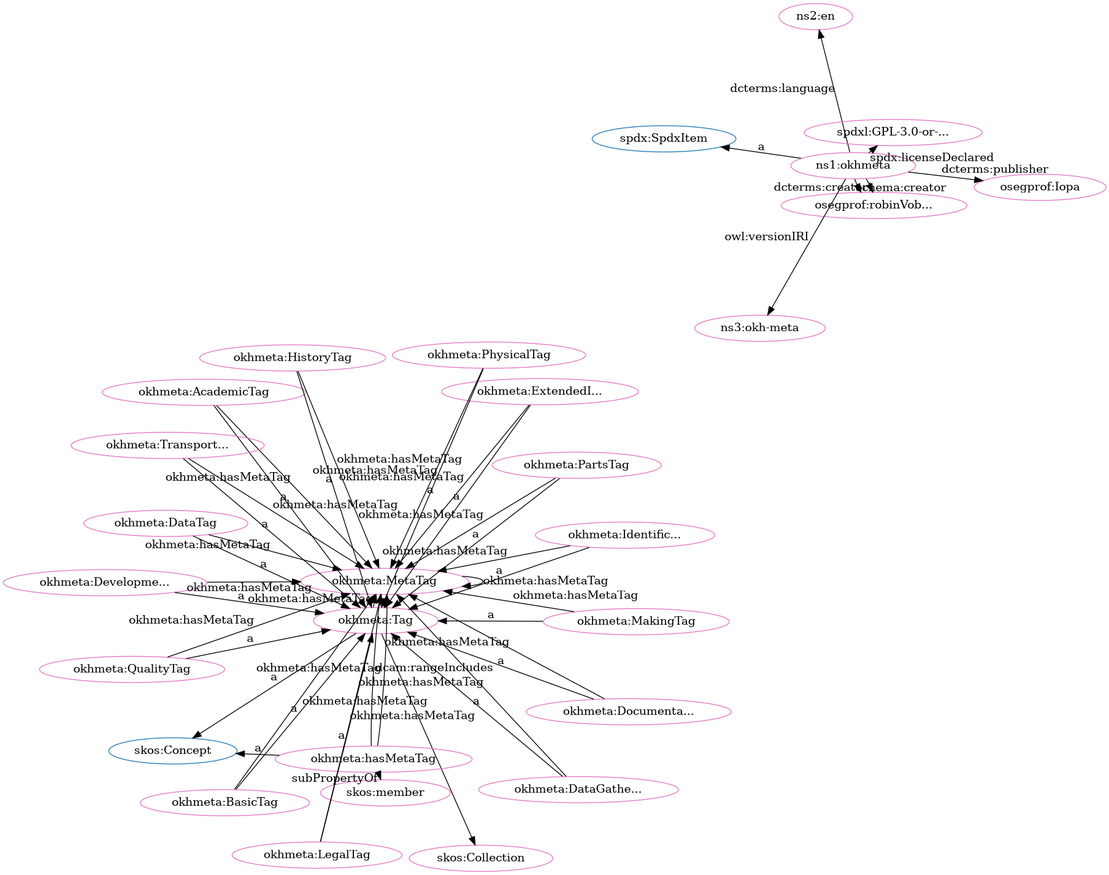
Earlier version of the Graphviz export src/spec/fdp_okh-meta-clean.png (iop-alliance/OpenKnowHow). Its source is kept beside it as src/spec/fdp_okh-meta-clean.dot.
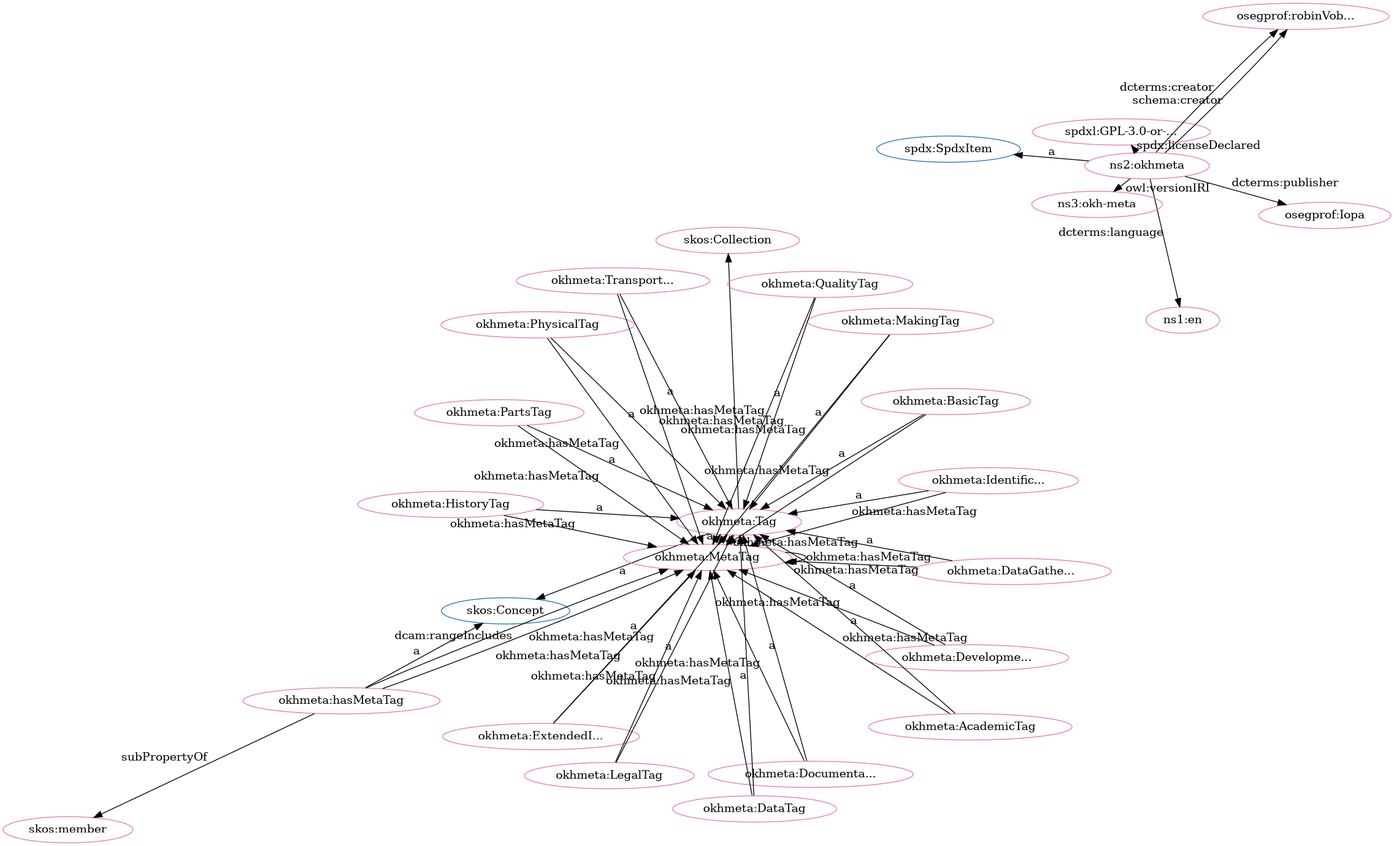
The same file after the commit.

Change to the diagram source:
```diff
@@ -1,80 +1,80 @@
 digraph G {
   rankdir=BT
   node[height=.3]
+"http://www.w3.org/2004/02/skos/core#Concept" [fillcolor="#1f77b4" color="#1f77b4" label="skos:Concept"]
+"http://spdx.org/rdf/terms#SpdxItem" [fillcolor="#1f77b4" color="#1f77b4" label="spdx:SpdxItem"]
+"http://w3id.org/oseg/ont/okhmeta#Tag" [fillcolor="#1f77b4" color="#1f77b4" label="okhmeta:Tag"]
 "http://www.w3.org/2004/02/skos/core#Collection" [fillcolor="#1f77b4" color="#1f77b4" label="skos:Collection"]
-"http://w3id.org/oseg/ont/okhmeta#Tag" [fillcolor="#1f77b4" color="#1f77b4" label="okhmeta:Tag"]
-"http://spdx.org/rdf/terms#SpdxItem" [fillcolor="#1f77b4" color="#1f77b4" label="spdx:SpdxItem"]
-"http://www.w3.org/2004/02/skos/core#Concept" [fillcolor="#1f77b4" color="#1f77b4" label="skos:Concept"]
+"http://w3id.org/oseg/ont/okhmeta#IdentificationTag" [fillcolor="#e377c2" color="#e377c2" label="okhmeta:Identific..."]
+"http://w3id.org/oseg/ont/okhmeta#MetaTag" [fillcolor="#e377c2" color="#e377c2" label="okhmeta:MetaTag"]
+"http://w3id.org/oseg/ont/okhmeta#PhysicalTag" [fillcolor="#e377c2" color="#e377c2" label="okhmeta:PhysicalTag"]
+"http://w3id.org/oseg/ont/okhmeta#hasMetaTag" [fillcolor="#e377c2" color="#e377c2" label="okhmeta:hasMetaTag"]
+"http://w3id.org/oseg/ont/okhmeta#Tag" [fillcolor="#e377c2" color="#e377c2" label="okhmeta:Tag"]
+"http://w3id.org/oseg/ont/okhmeta#DocumentationTag" [fillcolor="#e377c2" color="#e377c2" label="okhmeta:Documenta..."]
+"http://w3id.org/oseg/ont/okhmeta#DevelopmentTag" [fillcolor="#e377c2" color="#e377c2" label="okhmeta:Developme..."]
+"http://www.w3.org/2004/02/skos/core#Collection" [fillcolor="#e377c2" color="#e377c2" label="skos:Collection"]
+"http://w3id.org/oseg/ont/okhmeta#AcademicTag" [fillcolor="#e377c2" color="#e377c2" label="okhmeta:AcademicTag"]
+"http://w3id.org/oseg/ont/okhmeta#DataGatheringTag" [fillcolor="#e377c2" color="#e377c2" label="okhmeta:DataGathe..."]
+"http://id.loc.gov/vocabulary/iso639-1/en" [fillcolor="#e377c2" color="#e377c2" label="ns1:en"]
+"http://w3id.org/oseg/ont/okhmeta#PartsTag" [fillcolor="#e377c2" color="#e377c2" label="okhmeta:PartsTag"]
+"http://w3id.org/oseg/ont/okhmeta" [fillcolor="#e377c2" color="#e377c2" label="ns2:okhmeta"]
+"http://w3id.org/oseg/ont/okhmeta#MakingTag" [fillcolor="#e377c2" color="#e377c2" label="okhmeta:MakingTag"]
+"http://spdx.org/licenses/GPL-3.0-or-later" [fillcolor="#e377c2" color="#e377c2" label="spdxl:GPL-3.0-or-..."]
+"http://w3id.org/oseg/ont/okhmeta#BasicTag" [fillcolor="#e377c2" color="#e377c2" label="okhmeta:BasicTag"]
+"http://w3id.org/oseg/ont/okhmeta#QualityTag" [fillcolor="#e377c2" color="#e377c2" label="okhmeta:QualityTag"]
+"http://w3id.org/oseg/ont/okhmeta#ExtendedInfoTag" [fillcolor="#e377c2" color="#e377c2" label="okhmeta:ExtendedI..."]
 "http://w3id.org/oseg/ont/okhmeta#DataTag" [fillcolor="#e377c2" color="#e377c2" label="okhmeta:DataTag"]
-"http://w3id.org/oseg/ont/okhmeta#PartsTag" [fillcolor="#e377c2" color="#e377c2" label="okhmeta:PartsTag"]
+"http://w3id.org/oseg/ont/oseg-profiles#Iopa" [fillcolor="#e377c2" color="#e377c2" label="osegprof:Iopa"]
+"http://w3id.org/oseg/ont/okhmeta#HistoryTag" [fillcolor="#e377c2" color="#e377c2" label="okhmeta:HistoryTag"]
+"http://w3id.org/oseg/ont/okhmeta#LegalTag" [fillcolor="#e377c2" color="#e377c2" label="okhmeta:LegalTag"]
+"http://w3id.org/oseg/ont/okhmeta#TransportationTag" [fillcolor="#e377c2" color="#e377c2" label="okhmeta:Transport..."]
 "http://w3id.org/oseg/ont/oseg-profiles#robinVobruba" [fillcolor="#e377c2" color="#e377c2" label="osegprof:robinVob..."]
-"http://w3id.org/oseg/ont/okhmeta#AcademicTag" [fillcolor="#e377c2" color="#e377c2" label="okhmeta:AcademicTag"]
-"http://w3id.org/oseg/ont/okhmeta#MakingTag" [fillcolor="#e377c2" color="#e377c2" label="okhmeta:MakingTag"]
-"http://w3id.org/oseg/ont/okhmeta" [fillcolor="#e377c2" color="#e377c2" label="ns1:okhmeta"]
-"http://w3id.org/oseg/ont/okhmeta#ExtendedInfoTag" [fillcolor="#e377c2" color="#e377c2" label="okhmeta:ExtendedI..."]
-"http://w3id.org/oseg/ont/okhmeta#Tag" [fillcolor="#e377c2" color="#e377c2" label="okhmeta:Tag"]
-"http://w3id.org/oseg/ont/okhmeta#MetaTag" [fillcolor="#e377c2" color="#e377c2" label="okhmeta:MetaTag"]
-"http://id.loc.gov/vocabulary/iso639-1/en" [fillcolor="#e377c2" color="#e377c2" label="ns2:en"]
-"http://w3id.org/oseg/ont/okhmeta#DataGatheringTag" [fillcolor="#e377c2" color="#e377c2" label="okhmeta:DataGathe..."]
-"http://w3id.org/oseg/ont/okhmeta#hasMetaTag" [fillcolor="#e377c2" color="#e377c2" label="okhmeta:hasMetaTag"]
-"http://w3id.org/oseg/ont/okhmeta#LegalTag" [fillcolor="#e377c2" color="#e377c2" label="okhmeta:LegalTag"]
-"http://w3id.org/oseg/ont/okhmeta#DocumentationTag" [fillcolor="#e377c2" color="#e377c2" label="okhmeta:Documenta..."]
-"http://w3id.org/oseg/ont/okhmeta#IdentificationTag" [fillcolor="#e377c2" color="#e377c2" label="okhmeta:Identific..."]
-"http://w3id.org/oseg/ont/oseg-profiles#Iopa" [fillcolor="#e377c2" color="#e377c2" label="osegprof:Iopa"]
-"http://www.w3.org/2004/02/skos/core#Collection" [fillcolor="#e377c2" color="#e377c2" label="skos:Collection"]
-"http://w3id.org/oseg/ont/okhmeta#DevelopmentTag" [fillcolor="#e377c2" color="#e377c2" label="okhmeta:Developme..."]
-"http://w3id.org/oseg/ont/okhmeta#HistoryTag" [fillcolor="#e377c2" color="#e377c2" label="okhmeta:HistoryTag"]
 "http://www.w3.org/2004/02/skos/core#member" [fillcolor="#e377c2" color="#e377c2" label="skos:member"]
-"http://spdx.org/licenses/GPL-3.0-or-later" [fillcolor="#e377c2" color="#e377c2" label="spdxl:GPL-3.0-or-..."]
 "http://w3id.org/oseg/ont/1.1.0/okh-meta" [fillcolor="#e377c2" color="#e377c2" label="ns3:okh-meta"]
-"http://w3id.org/oseg/ont/okhmeta#PhysicalTag" [fillcolor="#e377c2" color="#e377c2" label="okhmeta:PhysicalTag"]
-"http://w3id.org/oseg/ont/okhmeta#BasicTag" [fillcolor="#e377c2" color="#e377c2" label="okhmeta:BasicTag"]
-"http://w3id.org/oseg/ont/okhmeta#TransportationTag" [fillcolor="#e377c2" color="#e377c2" label="okhmeta:Transport..."]
-"http://w3id.org/oseg/ont/okhmeta#QualityTag" [fillcolor="#e377c2" color="#e377c2" label="okhmeta:QualityTag"]
+  "http://w3id.org/oseg/ont/okhmeta#IdentificationTag" -> "http://w3id.org/oseg/ont/okhmeta#Tag" [label="a"]
+  "http://w3id.org/oseg/ont/okhmeta#MetaTag" -> "http://w3id.org/oseg/ont/okhmeta#Tag" [label="a"]
+  "http://w3id.org/oseg/ont/okhmeta#TransportationTag" -> "http://w3id.org/oseg/ont/okhmeta#MetaTag" [label="okhmeta:hasMetaTag"]
+  "http://w3id.org/oseg/ont/okhmeta#hasMetaTag" -> "http://w3id.org/oseg/ont/okhmeta#MetaTag" [label="dcam:rangeIncludes"]
+  "http://w3id.org/oseg/ont/okhmeta#DocumentationTag" -> "http://w3id.org/oseg/ont/okhmeta#Tag" [label="a"]
+  "http://w3id.org/oseg/ont/okhmeta#LegalTag" -> "http://w3id.org/oseg/ont/okhmeta#MetaTag" [label="okhmeta:hasMetaTag"]
+  "http://w3id.org/oseg/ont/okhmeta" -> "http://id.loc.gov/vocabulary/iso639-1/en" [label="dcterms:language"]
+  "http://w3id.org/oseg/ont/okhmeta#PartsTag" -> "http://w3id.org/oseg/ont/okhmeta#MetaTag" [label="okhmeta:hasMetaTag"]
+  "http://w3id.org/oseg/ont/okhmeta#DataTag" -> "http://w3id.org/oseg/ont/okhmeta#MetaTag" [label="okhmeta:hasMetaTag"]
+  "http://w3id.org/oseg/ont/okhmeta#IdentificationTag" -> "http://w3id.org/oseg/ont/okhmeta#MetaTag" [label="okhmeta:hasMetaTag"]
+  "http://w3id.org/oseg/ont/okhmeta" -> "http://spdx.org/licenses/GPL-3.0-or-later" [label="spdx:licenseDeclared"]
+  "http://w3id.org/oseg/ont/okhmeta#DocumentationTag" -> "http://w3id.org/oseg/ont/okhmeta#MetaTag" [label="okhmeta:hasMetaTag"]
+  "http://w3id.org/oseg/ont/okhmeta#QualityTag" -> "http://w3id.org/oseg/ont/okhmeta#Tag" [label="a"]
+  "http://w3id.org/oseg/ont/okhmeta#ExtendedInfoTag" -> "http://w3id.org/oseg/ont/okhmeta#Tag" [label="a"]
+  "http://w3id.org/oseg/ont/okhmeta#DataTag" -> "http://w3id.org/oseg/ont/okhmeta#Tag" [label="a"]
+  "http://w3id.org/oseg/ont/okhmeta" -> "http://w3id.org/oseg/ont/oseg-profiles#Iopa" [label="dcterms:publisher"]
+  "http://w3id.org/oseg/ont/okhmeta#Tag" -> "http://w3id.org/oseg/ont/okhmeta#MetaTag" [label="okhmeta:hasMetaTag"]
+  "http://w3id.org/oseg/ont/okhmeta#TransportationTag" -> "http://w3id.org/oseg/ont/okhmeta#Tag" [label="a"]
+  "http://w3id.org/oseg/ont/okhmeta" -> "http://spdx.org/rdf/terms#SpdxItem" [label="a"]
+  "http://w3id.org/oseg/ont/okhmeta#QualityTag" -> "http://w3id.org/oseg/ont/okhmeta#MetaTag" [label="okhmeta:hasMetaTag"]
   "http://w3id.org/oseg/ont/okhmeta#AcademicTag" -> "http://w3id.org/oseg/ont/okhmeta#MetaTag" [label="okhmeta:hasMetaTag"]
+  "http://w3id.org/oseg/ont/okhmeta#PhysicalTag" -> "http://w3id.org/oseg/ont/okhmeta#Tag" [label="a"]
+  "http://w3id.org/oseg/ont/okhmeta#ExtendedInfoTag" -> "http://w3id.org/oseg/ont/okhmeta#MetaTag" [label="okhmeta:hasMetaTag"]
+  "http://w3id.org/oseg/ont/okhmeta#hasMetaTag" -> "http://www.w3.org/2004/02/skos/core#Concept" [label="a"]
+  "http://w3id.org/oseg/ont/okhmeta#Tag" -> "http://www.w3.org/2004/02/skos/core#Concept" [label="a"]
+  "http://w3id.org/oseg/ont/okhmeta#DevelopmentTag" -> "http://w3id.org/oseg/ont/okhmeta#Tag" [label="a"]
+  "http://w3id.org/oseg/ont/okhmeta#Tag" -> "http://www.w3.org/2004/02/skos/core#Collection" [label=""]
+  "http://w3id.org/oseg/ont/okhmeta#AcademicTag" -> "http://w3id.org/oseg/ont/okhmeta#Tag" [label="a"]
+  "http://w3id.org/oseg/ont/okhmeta#DataGatheringTag" -> "http://w3id.org/oseg/ont/okhmeta#Tag" [label="a"]
+  "http://w3id.org/oseg/ont/okhmeta#hasMetaTag" -> "http://w3id.org/oseg/ont/okhmeta#MetaTag" [label="okhmeta:hasMetaTag"]
+  "http://w3id.org/oseg/ont/okhmeta#PhysicalTag" -> "http://w3id.org/oseg/ont/okhmeta#MetaTag" [label="okhmeta:hasMetaTag"]
+  "http://w3id.org/oseg/ont/okhmeta#MakingTag" -> "http://w3id.org/oseg/ont/okhmeta#Tag" [label="a"]
+  "http://w3id.org/oseg/ont/okhmeta#DevelopmentTag" -> "http://w3id.org/oseg/ont/okhmeta#MetaTag" [label="okhmeta:hasMetaTag"]
+  "http://w3id.org/oseg/ont/okhmeta#HistoryTag" -> "http://w3id.org/oseg/ont/okhmeta#MetaTag" [label="okhmeta:hasMetaTag"]
+  "http://w3id.org/oseg/ont/okhmeta#BasicTag" -> "http://w3id.org/oseg/ont/okhmeta#Tag" [label="a"]
+  "http://w3id.org/oseg/ont/okhmeta#DataGatheringTag" -> "http://w3id.org/oseg/ont/okhmeta#MetaTag" [label="okhmeta:hasMetaTag"]
+  "http://w3id.org/oseg/ont/okhmeta#HistoryTag" -> "http://w3id.org/oseg/ont/okhmeta#Tag" [label="a"]
+  "http://w3id.org/oseg/ont/okhmeta#LegalTag" -> "http://w3id.org/oseg/ont/okhmeta#Tag" [label="a"]
   "http://w3id.org/oseg/ont/okhmeta#MakingTag" -> "http://w3id.org/oseg/ont/okhmeta#MetaTag" [label="okhmeta:hasMetaTag"]
-  "http://w3id.org/oseg/ont/okhmeta#ExtendedInfoTag" -> "http://w3id.org/oseg/ont/okhmeta#MetaTag" [label="okhmeta:hasMetaTag"]
-  "http://w3id.org/oseg/ont/okhmeta#DataTag" -> "http://w3id.org/oseg/ont/okhmeta#MetaTag" [label="okhmeta:hasMetaTag"]
-  "http://w3id.org/oseg/ont/okhmeta#DataGatheringTag" -> "http://w3id.org/oseg/ont/okhmeta#Tag" [label="a"]
+  "http://w3id.org/oseg/ont/okhmeta" -> "http://w3id.org/oseg/ont/oseg-profiles#robinVobruba" [label="dcterms:creator"]
   "http://w3id.org/oseg/ont/okhmeta#MetaTag" -> "http://w3id.org/oseg/ont/okhmeta#MetaTag" [label="okhmeta:hasMetaTag"]
-  "http://w3id.org/oseg/ont/okhmeta#DevelopmentTag" -> "http://w3id.org/oseg/ont/okhmeta#MetaTag" [label="okhmeta:hasMetaTag"]
-  "http://w3id.org/oseg/ont/okhmeta#hasMetaTag" -> "http://www.w3.org/2004/02/skos/core#Concept" [label="a"]
-  "http://w3id.org/oseg/ont/okhmeta#LegalTag" -> "http://w3id.org/oseg/ont/okhmeta#Tag" [label="a"]
-  "http://w3id.org/oseg/ont/okhmeta#DataGatheringTag" -> "http://w3id.org/oseg/ont/okhmeta#MetaTag" [label="okhmeta:hasMetaTag"]
-  "http://w3id.org/oseg/ont/okhmeta#IdentificationTag" -> "http://w3id.org/oseg/ont/okhmeta#Tag" [label="a"]
-  "http://w3id.org/oseg/ont/okhmeta#PartsTag" -> "http://w3id.org/oseg/ont/okhmeta#MetaTag" [label="okhmeta:hasMetaTag"]
-  "http://w3id.org/oseg/ont/okhmeta#hasMetaTag" -> "http://w3id.org/oseg/ont/okhmeta#MetaTag" [label="dcam:rangeIncludes"]
-  "http://w3id.org/oseg/ont/okhmeta#DevelopmentTag" -> "http://w3id.org/oseg/ont/okhmeta#Tag" [label="a"]
-  "http://w3id.org/oseg/ont/okhmeta#HistoryTag" -> "http://w3id.org/oseg/ont/okhmeta#Tag" [label="a"]
-  "http://w3id.org/oseg/ont/okhmeta" -> "http://spdx.org/licenses/GPL-3.0-or-later" [label="spdx:licenseDeclared"]
-  "http://w3id.org/oseg/ont/okhmeta#IdentificationTag" -> "http://w3id.org/oseg/ont/okhmeta#MetaTag" [label="okhmeta:hasMetaTag"]
-  "http://w3id.org/oseg/ont/okhmeta#PhysicalTag" -> "http://w3id.org/oseg/ont/okhmeta#Tag" [label="a"]
-  "http://w3id.org/oseg/ont/okhmeta#BasicTag" -> "http://w3id.org/oseg/ont/okhmeta#Tag" [label="a"]
-  "http://w3id.org/oseg/ont/okhmeta#TransportationTag" -> "http://w3id.org/oseg/ont/okhmeta#Tag" [label="a"]
-  "http://w3id.org/oseg/ont/okhmeta#QualityTag" -> "http://w3id.org/oseg/ont/okhmeta#MetaTag" [label="okhmeta:hasMetaTag"]
-  "http://w3id.org/oseg/ont/okhmeta#DataTag" -> "http://w3id.org/oseg/ont/okhmeta#Tag" [label="a"]
+  "http://w3id.org/oseg/ont/okhmeta" -> "http://w3id.org/oseg/ont/oseg-profiles#robinVobruba" [label="schema:creator"]
+  "http://w3id.org/oseg/ont/okhmeta#hasMetaTag" -> "http://www.w3.org/2004/02/skos/core#member" [label="subPropertyOf"]
+  "http://w3id.org/oseg/ont/okhmeta#BasicTag" -> "http://w3id.org/oseg/ont/okhmeta#MetaTag" [label="okhmeta:hasMetaTag"]
   "http://w3id.org/oseg/ont/okhmeta#PartsTag" -> "http://w3id.org/oseg/ont/okhmeta#Tag" [label="a"]
-  "http://w3id.org/oseg/ont/okhmeta#AcademicTag" -> "http://w3id.org/oseg/ont/okhmeta#Tag" [label="a"]
-  "http://w3id.org/oseg/ont/okhmeta" -> "http://w3id.org/oseg/ont/oseg-profiles#robinVobruba" [label="dcterms:creator"]
-  "http://w3id.org/oseg/ont/okhmeta#MakingTag" -> "http://w3id.org/oseg/ont/okhmeta#Tag" [label="a"]
-  "http://w3id.org/oseg/ont/okhmeta#ExtendedInfoTag" -> "http://w3id.org/oseg/ont/okhmeta#Tag" [label="a"]
-  "http://w3id.org/oseg/ont/okhmeta#Tag" -> "http://www.w3.org/2004/02/skos/core#Concept" [label="a"]
-  "http://w3id.org/oseg/ont/okhmeta#MetaTag" -> "http://w3id.org/oseg/ont/okhmeta#Tag" [label="a"]
-  "http://w3id.org/oseg/ont/okhmeta#DocumentationTag" -> "http://w3id.org/oseg/ont/okhmeta#MetaTag" [label="okhmeta:hasMetaTag"]
-  "http://w3id.org/oseg/ont/okhmeta#hasMetaTag" -> "http://w3id.org/oseg/ont/okhmeta#MetaTag" [label="okhmeta:hasMetaTag"]
-  "http://w3id.org/oseg/ont/okhmeta" -> "http://id.loc.gov/vocabulary/iso639-1/en" [label="dcterms:language"]
-  "http://w3id.org/oseg/ont/okhmeta" -> "http://w3id.org/oseg/ont/oseg-profiles#robinVobruba" [label="schema:creator"]
-  "http://w3id.org/oseg/ont/okhmeta#LegalTag" -> "http://w3id.org/oseg/ont/okhmeta#MetaTag" [label="okhmeta:hasMetaTag"]
-  "http://w3id.org/oseg/ont/okhmeta#DocumentationTag" -> "http://w3id.org/oseg/ont/okhmeta#Tag" [label="a"]
-  "http://w3id.org/oseg/ont/okhmeta#PhysicalTag" -> "http://w3id.org/oseg/ont/okhmeta#MetaTag" [label="okhmeta:hasMetaTag"]
-  "http://w3id.org/oseg/ont/okhmeta#TransportationTag" -> "http://w3id.org/oseg/ont/okhmeta#MetaTag" [label="okhmeta:hasMetaTag"]
-  "http://w3id.org/oseg/ont/okhmeta" -> "http://w3id.org/oseg/ont/oseg-profiles#Iopa" [label="dcterms:publisher"]
-  "http://w3id.org/oseg/ont/okhmeta" -> "http://spdx.org/rdf/terms#SpdxItem" [label="a"]
-  "http://w3id.org/oseg/ont/okhmeta#Tag" -> "http://www.w3.org/2004/02/skos/core#Collection" [label=""]
-  "http://w3id.org/oseg/ont/okhmeta#hasMetaTag" -> "http://www.w3.org/2004/02/skos/core#member" [label="subPropertyOf"]
   "http://w3id.org/oseg/ont/okhmeta" -> "http://w3id.org/oseg/ont/1.1.0/okh-meta" [label="owl:versionIRI"]
-  "http://w3id.org/oseg/ont/okhmeta#HistoryTag" -> "http://w3id.org/oseg/ont/okhmeta#MetaTag" [label="okhmeta:hasMetaTag"]
-  "http://w3id.org/oseg/ont/okhmeta#QualityTag" -> "http://w3id.org/oseg/ont/okhmeta#Tag" [label="a"]
-  "http://w3id.org/oseg/ont/okhmeta#BasicTag" -> "http://w3id.org/oseg/ont/okhmeta#MetaTag" [label="okhmeta:hasMetaTag"]
-  "http://w3id.org/oseg/ont/okhmeta#Tag" -> "http://w3id.org/oseg/ont/okhmeta#MetaTag" [label="okhmeta:hasMetaTag"]
 }
```
